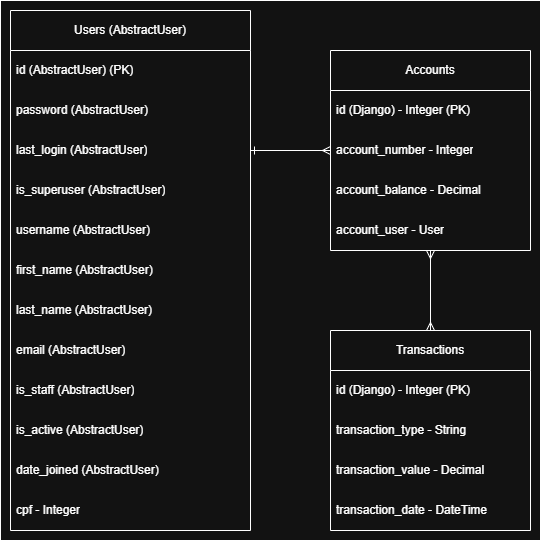
Before: assets/Tables.png, a diagram exported from draw.io (NicolasSP90/Django_API_REST). Source tidied: cells renumbered, new cells last; positions are measured from the earlier drawing's top-left corner, leaving out a move shared by most shapes. Its diagram source:
```xml
<mxGraphModel>
  <root>
    <mxCell id="0" />
    <mxCell id="1" parent="0" />
    <mxCell id="2" style="rounded=0;whiteSpace=wrap;html=1;fillColor=none;" parent="1" vertex="1">
      <mxGeometry width="540" height="540" as="geometry" />
    </mxCell>
    <mxCell id="3" style="edgeStyle=orthogonalEdgeStyle;rounded=0;jettySize=auto;html=1;exitX=1;exitY=0.5;exitDx=0;exitDy=0;endArrow=ERmany;endFill=0;startArrow=ERone;startFill=0;" parent="1" edge="1" source="7" target="20">
      <mxGeometry relative="1" as="geometry" />
    </mxCell>
    <mxCell id="4" value="Users (AbstractUser)" style="swimlane;fontStyle=0;horizontal=1;startSize=40;whiteSpace=wrap;html=1;" parent="1" vertex="1">
      <mxGeometry x="10" y="10" width="240" height="520" as="geometry" />
    </mxCell>
    <mxCell id="5" value="id (AbstractUser) (PK)" style="text;strokeColor=none;fillColor=none;align=left;verticalAlign=middle;spacingLeft=4;spacingRight=4;overflow=hidden;whiteSpace=wrap;html=1;" parent="4" vertex="1">
      <mxGeometry y="40" width="240" height="40" as="geometry" />
    </mxCell>
    <mxCell id="6" value="password (AbstractUser)&amp;nbsp;" style="text;strokeColor=none;fillColor=none;align=left;verticalAlign=middle;spacingLeft=4;spacingRight=4;overflow=hidden;whiteSpace=wrap;html=1;" parent="4" vertex="1">
      <mxGeometry y="80" width="240" height="40" as="geometry" />
    </mxCell>
    <mxCell id="7" value="last_login (AbstractUser)" style="text;strokeColor=none;fillColor=none;align=left;verticalAlign=middle;spacingLeft=4;spacingRight=4;overflow=hidden;points=[[0,0.5],[1,0.5]];portConstraint=eastwest;whiteSpace=wrap;html=1;" parent="4" vertex="1">
      <mxGeometry y="120" width="240" height="40" as="geometry" />
    </mxCell>
    <mxCell id="8" value="&lt;div&gt;&lt;span style=&quot;background-color: transparent; color: light-dark(rgb(0, 0, 0), rgb(255, 255, 255));&quot;&gt;is_superuser (AbstractUser)&lt;/span&gt;&lt;br&gt;&lt;/div&gt;" style="text;strokeColor=none;fillColor=none;align=left;verticalAlign=middle;spacingLeft=4;spacingRight=4;overflow=hidden;whiteSpace=wrap;html=1;" parent="4" vertex="1">
      <mxGeometry y="160" width="240" height="40" as="geometry" />
    </mxCell>
    <mxCell id="9" value="username (AbstractUser)" style="text;strokeColor=none;fillColor=none;align=left;verticalAlign=middle;spacingLeft=4;spacingRight=4;overflow=hidden;whiteSpace=wrap;html=1;" parent="4" vertex="1">
      <mxGeometry y="200" width="240" height="40" as="geometry" />
    </mxCell>
    <mxCell id="10" value="first_name (AbstractUser)" style="text;strokeColor=none;fillColor=none;align=left;verticalAlign=middle;spacingLeft=4;spacingRight=4;overflow=hidden;whiteSpace=wrap;html=1;" parent="4" vertex="1">
      <mxGeometry y="240" width="240" height="40" as="geometry" />
    </mxCell>
    <mxCell id="11" value="last_name (AbstractUser)" style="text;strokeColor=none;fillColor=none;align=left;verticalAlign=middle;spacingLeft=4;spacingRight=4;overflow=hidden;whiteSpace=wrap;html=1;" parent="4" vertex="1">
      <mxGeometry y="280" width="240" height="40" as="geometry" />
    </mxCell>
    <mxCell id="12" value="email (AbstractUser)" style="text;strokeColor=none;fillColor=none;align=left;verticalAlign=middle;spacingLeft=4;spacingRight=4;overflow=hidden;whiteSpace=wrap;html=1;" parent="4" vertex="1">
      <mxGeometry y="320" width="240" height="40" as="geometry" />
    </mxCell>
    <mxCell id="13" value="is_staff (AbstractUser)" style="text;strokeColor=none;fillColor=none;align=left;verticalAlign=middle;spacingLeft=4;spacingRight=4;overflow=hidden;whiteSpace=wrap;html=1;" parent="4" vertex="1">
      <mxGeometry y="360" width="240" height="40" as="geometry" />
    </mxCell>
    <mxCell id="14" value="is_active (AbstractUser)" style="text;strokeColor=none;fillColor=none;align=left;verticalAlign=middle;spacingLeft=4;spacingRight=4;overflow=hidden;whiteSpace=wrap;html=1;" parent="4" vertex="1">
      <mxGeometry y="400" width="240" height="40" as="geometry" />
    </mxCell>
    <mxCell id="15" value="date_joined (AbstractUser)" style="text;strokeColor=none;fillColor=none;align=left;verticalAlign=middle;spacingLeft=4;spacingRight=4;overflow=hidden;whiteSpace=wrap;html=1;" parent="4" vertex="1">
      <mxGeometry y="440" width="240" height="40" as="geometry" />
    </mxCell>
    <mxCell id="16" value="cpf - Integer" style="text;strokeColor=none;fillColor=none;align=left;verticalAlign=middle;spacingLeft=4;spacingRight=4;overflow=hidden;whiteSpace=wrap;html=1;" parent="4" vertex="1">
      <mxGeometry y="480" width="240" height="40" as="geometry" />
    </mxCell>
    <mxCell id="17" style="edgeStyle=orthogonalEdgeStyle;rounded=0;jettySize=auto;html=1;entryX=0.5;entryY=0;entryDx=0;entryDy=0;endArrow=ERmany;endFill=0;startArrow=ERmany;startFill=0;" parent="1" edge="1" source="18" target="23">
      <mxGeometry relative="1" as="geometry" />
    </mxCell>
    <mxCell id="18" value="Accounts" style="swimlane;fontStyle=0;horizontal=1;startSize=40;whiteSpace=wrap;html=1;" parent="1" vertex="1">
      <mxGeometry x="330" y="50" width="200" height="200" as="geometry" />
    </mxCell>
    <mxCell id="19" value="id (Django) - Integer (PK)" style="text;strokeColor=none;fillColor=none;align=left;verticalAlign=middle;spacingLeft=4;spacingRight=4;overflow=hidden;whiteSpace=wrap;html=1;" parent="18" vertex="1">
      <mxGeometry y="40" width="200" height="40" as="geometry" />
    </mxCell>
    <mxCell id="20" value="account_number - Integer" style="text;strokeColor=none;fillColor=none;align=left;verticalAlign=middle;spacingLeft=4;spacingRight=4;overflow=hidden;points=[[0,0.5],[1,0.5]];portConstraint=eastwest;whiteSpace=wrap;html=1;" parent="18" vertex="1">
      <mxGeometry y="80" width="200" height="40" as="geometry" />
    </mxCell>
    <mxCell id="21" value="account_balance - Decimal" style="text;strokeColor=none;fillColor=none;align=left;verticalAlign=middle;spacingLeft=4;spacingRight=4;overflow=hidden;whiteSpace=wrap;html=1;" parent="18" vertex="1">
      <mxGeometry y="120" width="200" height="40" as="geometry" />
    </mxCell>
    <mxCell id="22" value="account_user - User" style="text;strokeColor=none;fillColor=none;align=left;verticalAlign=middle;spacingLeft=4;spacingRight=4;overflow=hidden;whiteSpace=wrap;html=1;" parent="18" vertex="1">
      <mxGeometry y="160" width="200" height="40" as="geometry" />
    </mxCell>
    <mxCell id="23" value="Transactions" style="swimlane;fontStyle=0;horizontal=1;startSize=40;whiteSpace=wrap;html=1;" parent="1" vertex="1">
      <mxGeometry x="330" y="330" width="200" height="200" as="geometry" />
    </mxCell>
    <mxCell id="24" value="id (Django) - Integer (PK)" style="text;strokeColor=none;fillColor=none;align=left;verticalAlign=middle;spacingLeft=4;spacingRight=4;overflow=hidden;points=[[0,0.5],[1,0.5]];portConstraint=eastwest;whiteSpace=wrap;html=1;" parent="23" vertex="1">
      <mxGeometry y="40" width="200" height="40" as="geometry" />
    </mxCell>
    <mxCell id="25" value="transaction_type - String" style="text;strokeColor=none;fillColor=none;align=left;verticalAlign=middle;spacingLeft=4;spacingRight=4;overflow=hidden;whiteSpace=wrap;html=1;" parent="23" vertex="1">
      <mxGeometry y="80" width="200" height="40" as="geometry" />
    </mxCell>
    <mxCell id="26" value="transaction_value - Decimal" style="text;strokeColor=none;fillColor=none;align=left;verticalAlign=middle;spacingLeft=4;spacingRight=4;overflow=hidden;whiteSpace=wrap;html=1;" parent="23" vertex="1">
      <mxGeometry y="120" width="200" height="40" as="geometry" />
    </mxCell>
    <mxCell id="27" value="transaction_date - DateTime" style="text;strokeColor=none;fillColor=none;align=left;verticalAlign=middle;spacingLeft=4;spacingRight=4;overflow=hidden;whiteSpace=wrap;html=1;" parent="23" vertex="1">
      <mxGeometry y="160" width="200" height="40" as="geometry" />
    </mxCell>
  </root>
</mxGraphModel>
```
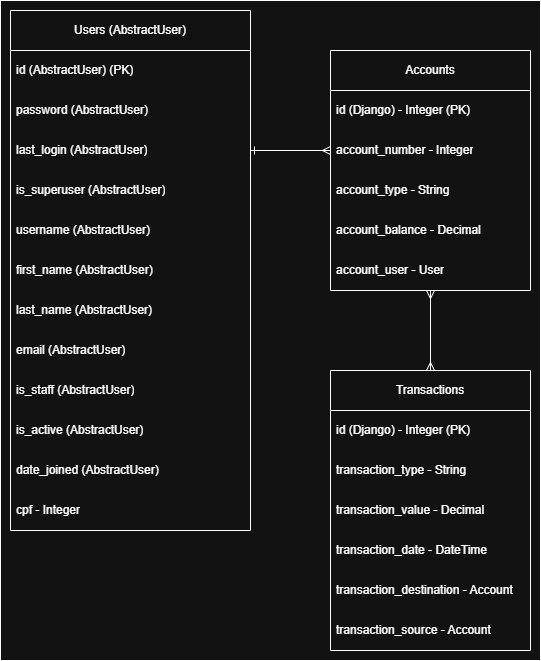
The same diagram one commit later.

Change to the diagram source:
```diff
@@ -3,7 +3,7 @@
     <mxCell id="0" />
     <mxCell id="1" parent="0" />
     <mxCell id="2" style="rounded=0;whiteSpace=wrap;html=1;fillColor=none;" parent="1" vertex="1">
-      <mxGeometry width="540" height="540" as="geometry" />
+      <mxGeometry width="540" height="660" as="geometry" />
     </mxCell>
     <mxCell id="3" style="edgeStyle=orthogonalEdgeStyle;rounded=0;jettySize=auto;html=1;exitX=1;exitY=0.5;exitDx=0;exitDy=0;endArrow=ERmany;endFill=0;startArrow=ERone;startFill=0;" parent="1" edge="1" source="7" target="20">
       <mxGeometry relative="1" as="geometry" />
@@ -47,11 +47,11 @@
     <mxCell id="16" value="cpf - Integer" style="text;strokeColor=none;fillColor=none;align=left;verticalAlign=middle;spacingLeft=4;spacingRight=4;overflow=hidden;whiteSpace=wrap;html=1;" parent="4" vertex="1">
       <mxGeometry y="480" width="240" height="40" as="geometry" />
     </mxCell>
-    <mxCell id="17" style="edgeStyle=orthogonalEdgeStyle;rounded=0;jettySize=auto;html=1;entryX=0.5;entryY=0;entryDx=0;entryDy=0;endArrow=ERmany;endFill=0;startArrow=ERmany;startFill=0;" parent="1" edge="1" source="18" target="23">
+    <mxCell id="17" style="edgeStyle=orthogonalEdgeStyle;rounded=0;jettySize=auto;html=1;entryX=0.5;entryY=0;entryDx=0;entryDy=0;endArrow=ERmany;endFill=0;startArrow=ERmany;startFill=0;" parent="1" edge="1" source="18" target="24">
       <mxGeometry relative="1" as="geometry" />
     </mxCell>
     <mxCell id="18" value="Accounts" style="swimlane;fontStyle=0;horizontal=1;startSize=40;whiteSpace=wrap;html=1;" parent="1" vertex="1">
-      <mxGeometry x="330" y="50" width="200" height="200" as="geometry" />
+      <mxGeometry x="330" y="50" width="200" height="240" as="geometry" />
     </mxCell>
     <mxCell id="19" value="id (Django) - Integer (PK)" style="text;strokeColor=none;fillColor=none;align=left;verticalAlign=middle;spacingLeft=4;spacingRight=4;overflow=hidden;whiteSpace=wrap;html=1;" parent="18" vertex="1">
       <mxGeometry y="40" width="200" height="40" as="geometry" />
@@ -59,26 +59,35 @@
     <mxCell id="20" value="account_number - Integer" style="text;strokeColor=none;fillColor=none;align=left;verticalAlign=middle;spacingLeft=4;spacingRight=4;overflow=hidden;points=[[0,0.5],[1,0.5]];portConstraint=eastwest;whiteSpace=wrap;html=1;" parent="18" vertex="1">
       <mxGeometry y="80" width="200" height="40" as="geometry" />
     </mxCell>
-    <mxCell id="21" value="account_balance - Decimal" style="text;strokeColor=none;fillColor=none;align=left;verticalAlign=middle;spacingLeft=4;spacingRight=4;overflow=hidden;whiteSpace=wrap;html=1;" parent="18" vertex="1">
+    <mxCell id="21" value="account_type - String" style="text;strokeColor=none;fillColor=none;align=left;verticalAlign=middle;spacingLeft=4;spacingRight=4;overflow=hidden;whiteSpace=wrap;html=1;" parent="18" vertex="1">
       <mxGeometry y="120" width="200" height="40" as="geometry" />
     </mxCell>
-    <mxCell id="22" value="account_user - User" style="text;strokeColor=none;fillColor=none;align=left;verticalAlign=middle;spacingLeft=4;spacingRight=4;overflow=hidden;whiteSpace=wrap;html=1;" parent="18" vertex="1">
+    <mxCell id="22" value="account_balance - Decimal" style="text;strokeColor=none;fillColor=none;align=left;verticalAlign=middle;spacingLeft=4;spacingRight=4;overflow=hidden;whiteSpace=wrap;html=1;" parent="18" vertex="1">
       <mxGeometry y="160" width="200" height="40" as="geometry" />
     </mxCell>
-    <mxCell id="23" value="Transactions" style="swimlane;fontStyle=0;horizontal=1;startSize=40;whiteSpace=wrap;html=1;" parent="1" vertex="1">
-      <mxGeometry x="330" y="330" width="200" height="200" as="geometry" />
+    <mxCell id="23" value="account_user - User" style="text;strokeColor=none;fillColor=none;align=left;verticalAlign=middle;spacingLeft=4;spacingRight=4;overflow=hidden;points=[[0,0.5],[1,0.5]];portConstraint=eastwest;whiteSpace=wrap;html=1;" parent="18" vertex="1">
+      <mxGeometry y="200" width="200" height="40" as="geometry" />
     </mxCell>
-    <mxCell id="24" value="id (Django) - Integer (PK)" style="text;strokeColor=none;fillColor=none;align=left;verticalAlign=middle;spacingLeft=4;spacingRight=4;overflow=hidden;points=[[0,0.5],[1,0.5]];portConstraint=eastwest;whiteSpace=wrap;html=1;" parent="23" vertex="1">
-      <mxGeometry y="40" width="200" height="40" as="geometry" />
+    <mxCell id="24" value="Transactions" style="swimlane;fontStyle=0;horizontal=1;startSize=40;whiteSpace=wrap;html=1;" parent="1" vertex="1">
+      <mxGeometry x="330" y="370" width="200" height="280" as="geometry" />
     </mxCell>
-    <mxCell id="25" value="transaction_type - String" style="text;strokeColor=none;fillColor=none;align=left;verticalAlign=middle;spacingLeft=4;spacingRight=4;overflow=hidden;whiteSpace=wrap;html=1;" parent="23" vertex="1">
-      <mxGeometry y="80" width="200" height="40" as="geometry" />
+    <mxCell id="25" value="id (Django) - Integer (PK)" style="text;strokeColor=none;fillColor=none;align=left;verticalAlign=middle;spacingLeft=4;spacingRight=4;overflow=hidden;whiteSpace=wrap;html=1;" parent="24" vertex="1">
+      <mxGeometry y="40" width="200" height="40" as="geometry" />
     </mxCell>
-    <mxCell id="26" value="transaction_value - Decimal" style="text;strokeColor=none;fillColor=none;align=left;verticalAlign=middle;spacingLeft=4;spacingRight=4;overflow=hidden;whiteSpace=wrap;html=1;" parent="23" vertex="1">
-      <mxGeometry y="120" width="200" height="40" as="geometry" />
+    <mxCell id="26" value="transaction_type - String" style="text;strokeColor=none;fillColor=none;align=left;verticalAlign=middle;spacingLeft=4;spacingRight=4;overflow=hidden;whiteSpace=wrap;html=1;" parent="24" vertex="1">
+      <mxGeometry y="80" width="200" height="40" as="geometry" />
     </mxCell>
-    <mxCell id="27" value="transaction_date - DateTime" style="text;strokeColor=none;fillColor=none;align=left;verticalAlign=middle;spacingLeft=4;spacingRight=4;overflow=hidden;whiteSpace=wrap;html=1;" parent="23" vertex="1">
-      <mxGeometry y="160" width="200" height="40" as="geometry" />
+    <mxCell id="27" value="transaction_value - Decimal" style="text;strokeColor=none;fillColor=none;align=left;verticalAlign=middle;spacingLeft=4;spacingRight=4;overflow=hidden;whiteSpace=wrap;html=1;" parent="24" vertex="1">
+      <mxGeometry y="120" width="200" height="40" as="geometry" />
     </mxCell>
+    <mxCell id="28" value="transaction_date - DateTime" style="text;strokeColor=none;fillColor=none;align=left;verticalAlign=middle;spacingLeft=4;spacingRight=4;overflow=hidden;whiteSpace=wrap;html=1;" parent="24" vertex="1">
+      <mxGeometry y="160" width="200" height="40" as="geometry" />
+    </mxCell>
+    <mxCell id="29" value="transaction_destination - Account" style="text;strokeColor=none;fillColor=none;align=left;verticalAlign=middle;spacingLeft=4;spacingRight=4;overflow=hidden;whiteSpace=wrap;html=1;" parent="24" vertex="1">
+      <mxGeometry y="200" width="200" height="40" as="geometry" />
+    </mxCell>
+    <mxCell id="30" value="transaction_source - Account" style="text;strokeColor=none;fillColor=none;align=left;verticalAlign=middle;spacingLeft=4;spacingRight=4;overflow=hidden;whiteSpace=wrap;html=1;" parent="24" vertex="1">
+      <mxGeometry y="240" width="200" height="40" as="geometry" />
+    </mxCell>
   </root>
 </mxGraphModel>
```
